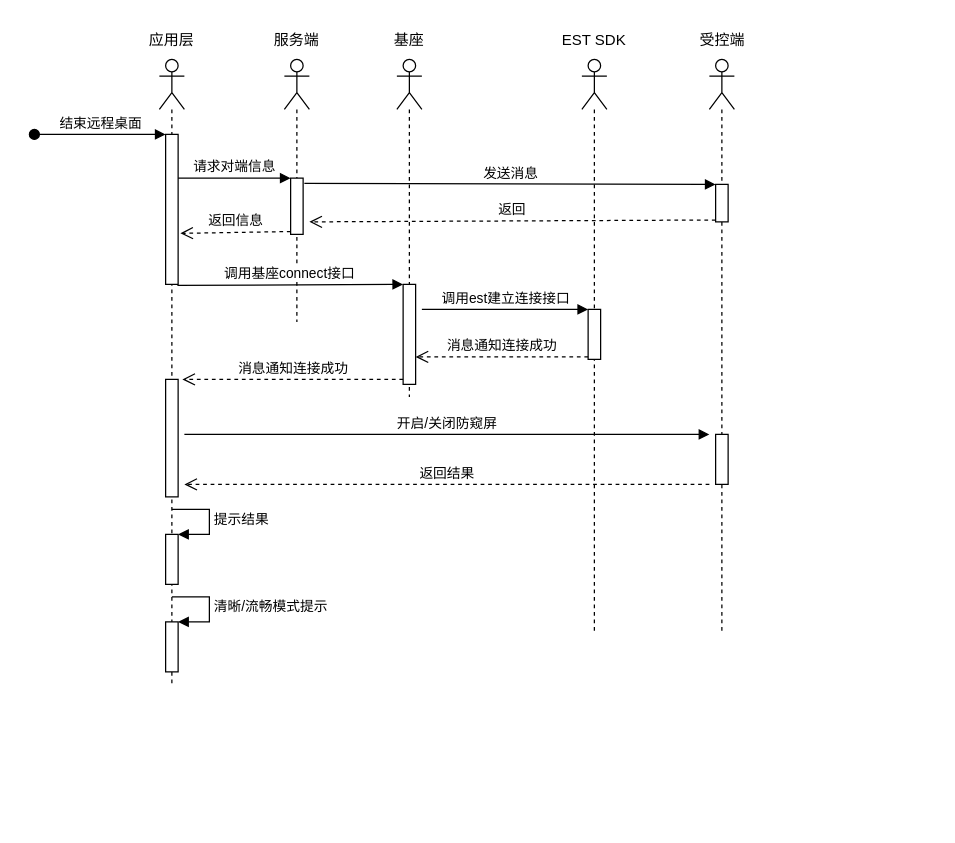
Before: page "结束远程" (3 of 5) of UWS移动端远程桌面.drawio in ArvinChu/diagram, a draw.io diagram. Source tidied: cells renumbered, new cells numbered last; positions are measured from the earlier drawing's top-left corner, leaving out a move shared by most shapes. Both pictures are drawn from the tidied source at 125%, with x=0, y=0 at pixel (34, 21).
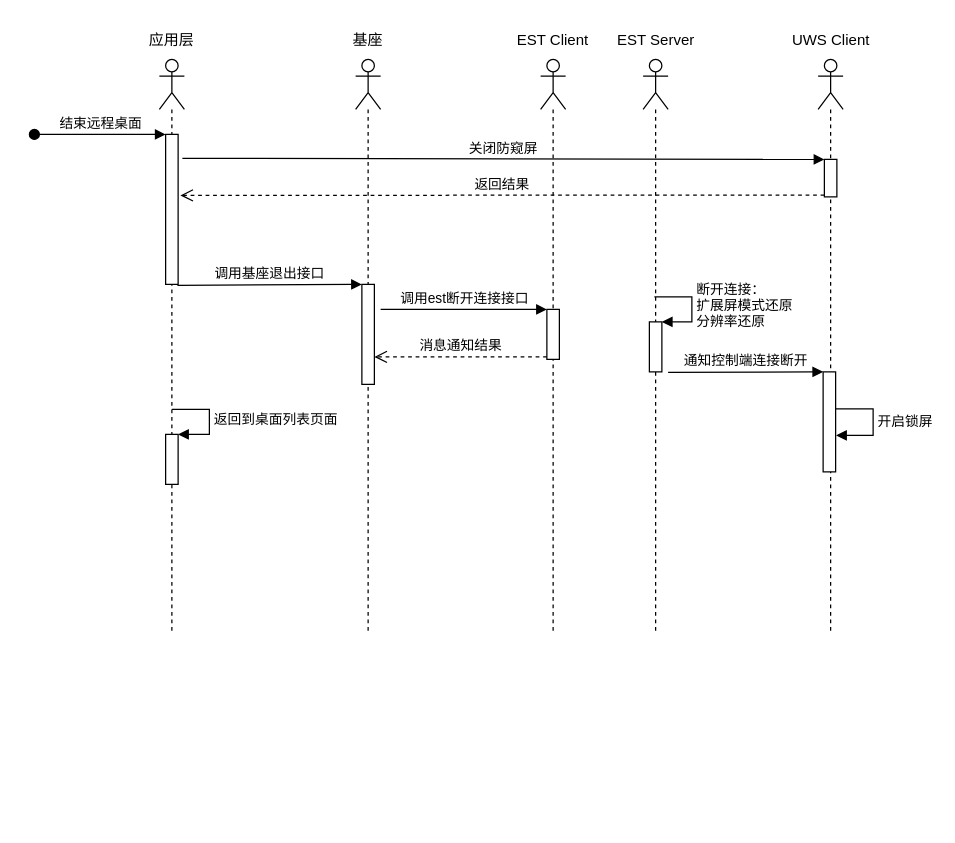
Above is the later version.

Unchanged cells that the change refers to:
```xml
<mxCell id="2" style="group;" parent="1" vertex="1">
  <mxGeometry x="80" width="60" height="580" as="geometry" />
</mxCell>
<mxCell id="10" style="html=1;points=[];perimeter=orthogonalPerimeter;" parent="2" vertex="1">
  <mxGeometry x="25" y="90" width="10" height="120" as="geometry" />
</mxCell>
<mxCell id="14" style="html=1;points=[];perimeter=orthogonalPerimeter;" parent="13" vertex="1">
  <mxGeometry x="5" y="180" width="10" height="80" as="geometry" />
</mxCell>
<mxCell id="19" style="html=1;points=[];perimeter=orthogonalPerimeter;" parent="16" vertex="1">
  <mxGeometry x="25" y="230" width="10" height="40" as="geometry" />
</mxCell>
```

Change to the diagram source:
```diff
@@
     <mxCell id="3" style="shape=umlLifeline;participant=umlActor;perimeter=lifelinePerimeter;whiteSpace=wrap;html=1;verticalAlign=top;spacingTop=36;size=40;" parent="2" vertex="1">
-      <mxGeometry x="20" y="30" width="20" height="500" as="geometry" />
+      <mxGeometry x="20" y="30" width="20" height="460" as="geometry" />
     </mxCell>
@@
-    <mxCell id="5" style="html=1;points=[];perimeter=orthogonalPerimeter;" parent="3" vertex="1">
-      <mxGeometry x="5" y="380" width="10" height="40" as="geometry" />
-    </mxCell>
-    <mxCell id="6" value="提示结果" style="edgeStyle=orthogonalEdgeStyle;html=1;align=left;spacingLeft=2;endArrow=block;rounded=0;entryX=1;entryY=0;" parent="3" edge="1" target="5">
-      <mxGeometry relative="1" as="geometry">
-        <mxPoint x="10" y="360" as="sourcePoint" />
-        <Array as="points">
-          <mxPoint x="40" y="360" />
-        </Array>
-      </mxGeometry>
-    </mxCell>
-    <mxCell id="7" style="html=1;points=[];perimeter=orthogonalPerimeter;" parent="3" vertex="1">
-      <mxGeometry x="5" y="450" width="10" height="40" as="geometry" />
-    </mxCell>
-    <mxCell id="8" value="清晰/流畅模式提示" style="edgeStyle=orthogonalEdgeStyle;html=1;align=left;spacingLeft=2;endArrow=block;rounded=0;entryX=1;entryY=0;" parent="3" edge="1" target="7">
-      <mxGeometry relative="1" as="geometry">
-        <mxPoint x="10" y="430" as="sourcePoint" />
-        <Array as="points">
-          <mxPoint x="40" y="430" />
-        </Array>
-      </mxGeometry>
-    </mxCell>
+    <mxCell id="32" style="html=1;points=[];perimeter=orthogonalPerimeter;" parent="3" vertex="1">
+      <mxGeometry x="5" y="300" width="10" height="40" as="geometry" />
+    </mxCell>
+    <mxCell id="39" value="返回到桌面列表页面" style="edgeStyle=orthogonalEdgeStyle;html=1;align=left;spacingLeft=2;endArrow=block;rounded=0;entryX=1;entryY=0;" parent="3" edge="1" target="32">
+      <mxGeometry relative="1" as="geometry">
+        <mxPoint x="10" y="280" as="sourcePoint" />
+        <Array as="points">
+          <mxPoint x="40" y="280" />
+        </Array>
+      </mxGeometry>
+    </mxCell>
@@
-    <mxCell id="11" style="html=1;points=[];perimeter=orthogonalPerimeter;" parent="2" vertex="1">
-      <mxGeometry x="25" y="286" width="10" height="94" as="geometry" />
-    </mxCell>
     <mxCell id="12" style="group;" parent="1" vertex="1">
-      <mxGeometry x="270" width="60" height="490" as="geometry" />
+      <mxGeometry x="237" width="60" height="490" as="geometry" />
     </mxCell>
     <mxCell id="13" style="shape=umlLifeline;participant=umlActor;perimeter=lifelinePerimeter;whiteSpace=wrap;html=1;verticalAlign=top;spacingTop=36;size=40;" parent="12" vertex="1">
-      <mxGeometry x="20" y="30" width="20" height="270" as="geometry" />
+      <mxGeometry x="20" y="30" width="20" height="460" as="geometry" />
     </mxCell>
@@
     <mxCell id="16" style="group;" parent="1" vertex="1">
-      <mxGeometry x="418" width="60" height="490" as="geometry" />
+      <mxGeometry x="385" width="60" height="490" as="geometry" />
     </mxCell>
@@
-    <mxCell id="18" value="EST SDK" style="text;html=1;strokeColor=none;fillColor=none;align=center;verticalAlign=middle;whiteSpace=wrap;rounded=0;" parent="16" vertex="1">
+    <mxCell id="18" value="EST Client" style="text;html=1;strokeColor=none;fillColor=none;align=center;verticalAlign=middle;whiteSpace=wrap;rounded=0;" parent="16" vertex="1">
       <mxGeometry width="60" height="30" as="geometry" />
     </mxCell>
@@
-    <mxCell id="20" style="group;" parent="1" vertex="1">
-      <mxGeometry x="180" width="60" height="330" as="geometry" />
-    </mxCell>
-    <mxCell id="21" style="shape=umlLifeline;participant=umlActor;perimeter=lifelinePerimeter;whiteSpace=wrap;html=1;verticalAlign=top;spacingTop=36;" parent="20" vertex="1">
-      <mxGeometry x="20" y="30" width="20" height="210" as="geometry" />
-    </mxCell>
-    <mxCell id="22" style="html=1;points=[];perimeter=orthogonalPerimeter;" parent="21" vertex="1">
-      <mxGeometry x="5" y="95" width="10" height="45" as="geometry" />
-    </mxCell>
-    <mxCell id="23" value="服务端" style="text;html=1;strokeColor=none;fillColor=none;align=center;verticalAlign=middle;whiteSpace=wrap;rounded=0;" parent="20" vertex="1">
-      <mxGeometry width="60" height="30" as="geometry" />
-    </mxCell>
-    <mxCell id="24" value="返回信息" style="html=1;verticalAlign=bottom;endArrow=open;dashed=1;endSize=8;exitX=0;exitY=0.95;rounded=0;entryX=1.18;entryY=0.66;entryDx=0;entryDy=0;entryPerimeter=0;" parent="1" edge="1" source="22" target="10">
-      <mxGeometry relative="1" as="geometry" />
-    </mxCell>
-    <mxCell id="25" value="请求对端信息" style="html=1;verticalAlign=bottom;endArrow=block;entryX=0;entryY=0;rounded=0;" parent="1" edge="1" source="10" target="22">
-      <mxGeometry relative="1" as="geometry" />
-    </mxCell>
-    <mxCell id="26" value="调用基座connect接口" style="html=1;verticalAlign=bottom;endArrow=block;entryX=0;entryY=0;rounded=0;exitX=0.94;exitY=1.007;exitDx=0;exitDy=0;exitPerimeter=0;" parent="1" edge="1" source="10" target="14">
+    <mxCell id="26" value="调用基座退出接口" style="html=1;verticalAlign=bottom;endArrow=block;entryX=0;entryY=0;rounded=0;exitX=0.94;exitY=1.007;exitDx=0;exitDy=0;exitPerimeter=0;" parent="1" edge="1" source="10" target="14">
       <mxGeometry relative="1" as="geometry" />
     </mxCell>
-    <mxCell id="27" value="调用est建立连接接口" style="html=1;verticalAlign=bottom;endArrow=block;entryX=0;entryY=0;rounded=0;" parent="1" edge="1" target="19">
+    <mxCell id="27" value="调用est断开连接接口" style="html=1;verticalAlign=bottom;endArrow=block;entryX=0;entryY=0;rounded=0;" parent="1" edge="1" target="19">
       <mxGeometry relative="1" as="geometry">
-        <mxPoint x="310" y="230" as="sourcePoint" />
+        <mxPoint x="277" y="230" as="sourcePoint" />
       </mxGeometry>
     </mxCell>
-    <mxCell id="28" value="消息通知连接成功" style="html=1;verticalAlign=bottom;endArrow=open;dashed=1;endSize=8;exitX=0;exitY=0.95;rounded=0;" parent="1" edge="1" source="19" target="14">
+    <mxCell id="28" value="消息通知结果" style="html=1;verticalAlign=bottom;endArrow=open;dashed=1;endSize=8;exitX=0;exitY=0.95;rounded=0;" parent="1" edge="1" source="19" target="14">
       <mxGeometry relative="1" as="geometry" />
     </mxCell>
-    <mxCell id="29" value="消息通知连接成功" style="html=1;verticalAlign=bottom;endArrow=open;dashed=1;endSize=8;exitX=0;exitY=0.95;rounded=0;entryX=1.34;entryY=0;entryDx=0;entryDy=0;entryPerimeter=0;" parent="1" edge="1" source="14" target="11">
-      <mxGeometry relative="1" as="geometry" />
-    </mxCell>
     <mxCell id="30" style="group;" parent="1" vertex="1">
-      <mxGeometry x="520" width="60" height="639.1" as="geometry" />
+      <mxGeometry x="640" width="75" height="639.1" as="geometry" />
     </mxCell>
     <mxCell id="31" style="shape=umlLifeline;participant=umlActor;perimeter=lifelinePerimeter;whiteSpace=wrap;html=1;verticalAlign=top;spacingTop=36;" parent="30" vertex="1">
-      <mxGeometry x="20" y="30" width="20" height="460" as="geometry" />
+      <mxGeometry x="-13" y="30" width="20" height="460" as="geometry" />
     </mxCell>
-    <mxCell id="32" style="html=1;points=[];perimeter=orthogonalPerimeter;" parent="31" vertex="1">
-      <mxGeometry x="5" y="300" width="10" height="40" as="geometry" />
-    </mxCell>
-    <mxCell id="33" style="html=1;points=[];perimeter=orthogonalPerimeter;" parent="31" vertex="1">
-      <mxGeometry x="5" y="100" width="10" height="30" as="geometry" />
-    </mxCell>
-    <mxCell id="34" value="返回" style="html=1;verticalAlign=bottom;endArrow=open;dashed=1;endSize=8;exitX=0;exitY=0.95;rounded=0;" parent="31" edge="1" source="33">
-      <mxGeometry relative="1" as="geometry">
-        <mxPoint x="-320" y="130" as="targetPoint" />
-      </mxGeometry>
-    </mxCell>
+    <mxCell id="40" style="html=1;points=[];perimeter=orthogonalPerimeter;" parent="31" vertex="1">
+      <mxGeometry x="5" y="80" width="10" height="30" as="geometry" />
+    </mxCell>
+    <mxCell id="41" style="html=1;points=[];perimeter=orthogonalPerimeter;" parent="31" vertex="1">
+      <mxGeometry x="4" y="250" width="10" height="80" as="geometry" />
+    </mxCell>
-    <mxCell id="35" value="受控端" style="text;html=1;align=center;verticalAlign=middle;strokeColor=none;fillColor=none;" parent="30" vertex="1">
-      <mxGeometry width="60" height="30" as="geometry" />
+    <mxCell id="35" value="UWS Client" style="text;html=1;align=center;verticalAlign=middle;strokeColor=none;fillColor=none;" parent="30" vertex="1">
+      <mxGeometry x="-48" width="90" height="30" as="geometry" />
     </mxCell>
-    <mxCell id="36" value="开启/关闭防窥屏" style="html=1;verticalAlign=bottom;endArrow=block;rounded=0;" parent="1" edge="1">
-      <mxGeometry relative="1" as="geometry">
-        <mxPoint x="120" y="330" as="sourcePoint" />
-        <mxPoint x="540" y="330" as="targetPoint" />
-      </mxGeometry>
-    </mxCell>
+    <mxCell id="42" value="开启锁屏" style="edgeStyle=orthogonalEdgeStyle;html=1;align=left;spacingLeft=2;endArrow=block;rounded=0;entryX=1.04;entryY=0.635;entryDx=0;entryDy=0;entryPerimeter=0;" parent="30" edge="1" target="41">
+      <mxGeometry relative="1" as="geometry">
+        <mxPoint x="1" y="309.6" as="sourcePoint" />
+        <Array as="points">
+          <mxPoint x="31" y="310" />
+          <mxPoint x="31" y="331" />
+        </Array>
+      </mxGeometry>
+    </mxCell>
+    <mxCell id="43" style="group;" parent="1" vertex="1">
+      <mxGeometry x="500" width="75" height="639.1" as="geometry" />
+    </mxCell>
+    <mxCell id="44" style="shape=umlLifeline;participant=umlActor;perimeter=lifelinePerimeter;whiteSpace=wrap;html=1;verticalAlign=top;spacingTop=36;" parent="43" vertex="1">
+      <mxGeometry x="-13" y="30" width="20" height="460" as="geometry" />
+    </mxCell>
+    <mxCell id="45" style="html=1;points=[];perimeter=orthogonalPerimeter;" parent="44" vertex="1">
+      <mxGeometry x="5" y="210" width="10" height="40" as="geometry" />
+    </mxCell>
+    <mxCell id="46" value="断开连接：&lt;br&gt;扩展屏模式还原&lt;br&gt;分辨率还原" style="edgeStyle=orthogonalEdgeStyle;html=1;align=left;spacingLeft=2;endArrow=block;rounded=0;entryX=1;entryY=0;" parent="44" edge="1" target="45">
+      <mxGeometry relative="1" as="geometry">
+        <mxPoint x="9" y="190" as="sourcePoint" />
+        <Array as="points">
+          <mxPoint x="39" y="190" />
+        </Array>
+      </mxGeometry>
+    </mxCell>
+    <mxCell id="47" value="EST Server" style="text;html=1;align=center;verticalAlign=middle;strokeColor=none;fillColor=none;" parent="43" vertex="1">
+      <mxGeometry x="-48" width="90" height="30" as="geometry" />
+    </mxCell>
+    <mxCell id="48" value="关闭防窥屏" style="html=1;verticalAlign=bottom;endArrow=block;entryX=0;entryY=0;rounded=0;exitX=1.34;exitY=0.16;exitDx=0;exitDy=0;exitPerimeter=0;" parent="1" edge="1" source="10" target="40">
+      <mxGeometry relative="1" as="geometry" />
+    </mxCell>
-    <mxCell id="37" value="返回结果" style="html=1;verticalAlign=bottom;endArrow=open;dashed=1;endSize=8;rounded=0;" parent="1" edge="1">
-      <mxGeometry relative="1" as="geometry">
-        <mxPoint x="540" y="370" as="sourcePoint" />
-        <mxPoint x="120" y="370" as="targetPoint" />
-      </mxGeometry>
+    <mxCell id="37" value="返回结果" style="html=1;verticalAlign=bottom;endArrow=open;dashed=1;endSize=8;exitX=0;exitY=0.95;rounded=0;entryX=1.18;entryY=0.407;entryDx=0;entryDy=0;entryPerimeter=0;" parent="1" edge="1" source="40" target="10">
+      <mxGeometry relative="1" as="geometry" />
     </mxCell>
-    <mxCell id="38" value="发送消息" style="html=1;verticalAlign=bottom;endArrow=block;entryX=0;entryY=0;rounded=0;exitX=1.1;exitY=0.093;exitDx=0;exitDy=0;exitPerimeter=0;" parent="1" edge="1" source="22" target="33">
-      <mxGeometry relative="1" as="geometry" />
-    </mxCell>
+    <mxCell id="49" value="通知控制端连接断开" style="html=1;verticalAlign=bottom;endArrow=block;entryX=0;entryY=0;rounded=0;exitX=1.5;exitY=1.01;exitDx=0;exitDy=0;exitPerimeter=0;" parent="1" edge="1" source="45" target="41">
+      <mxGeometry relative="1" as="geometry" />
+    </mxCell>
```
